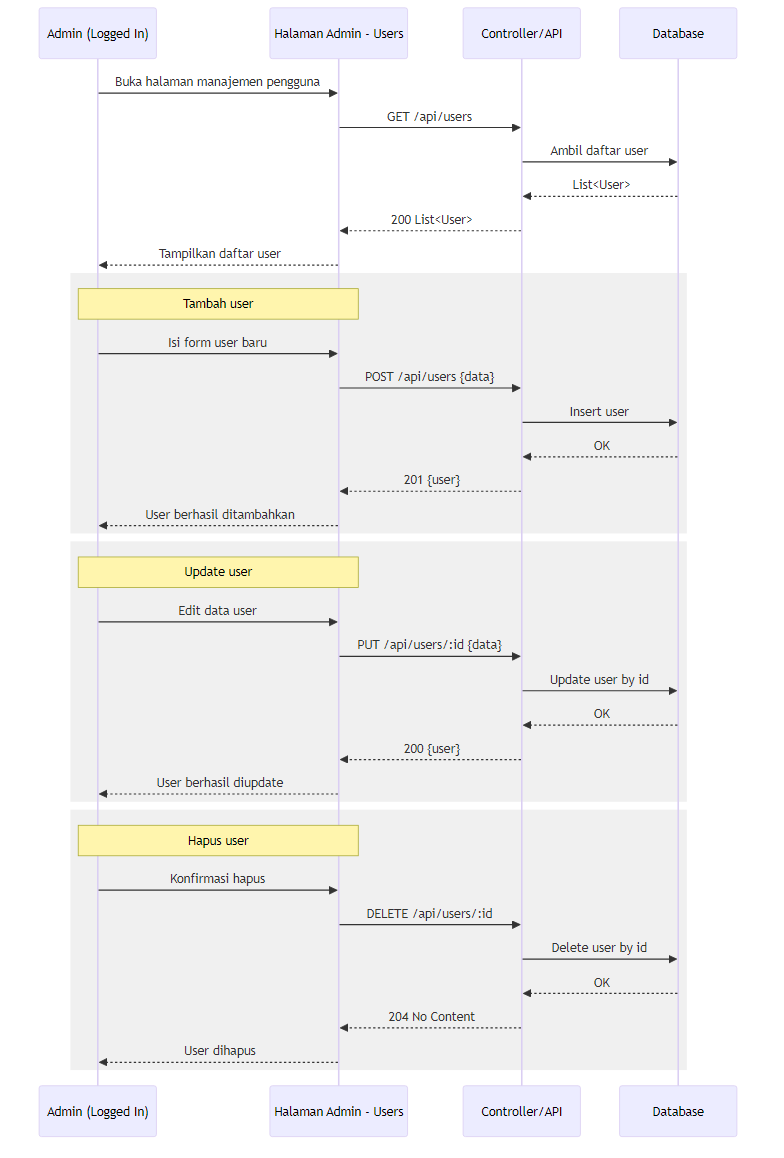
The Mermaid diagram public/diagrams/seq_manajemen_pengguna.png in QilAqil/PPTB_BQ, before a commit. Its source is kept beside it as diagrams/seq_manajemen_pengguna.mmd.
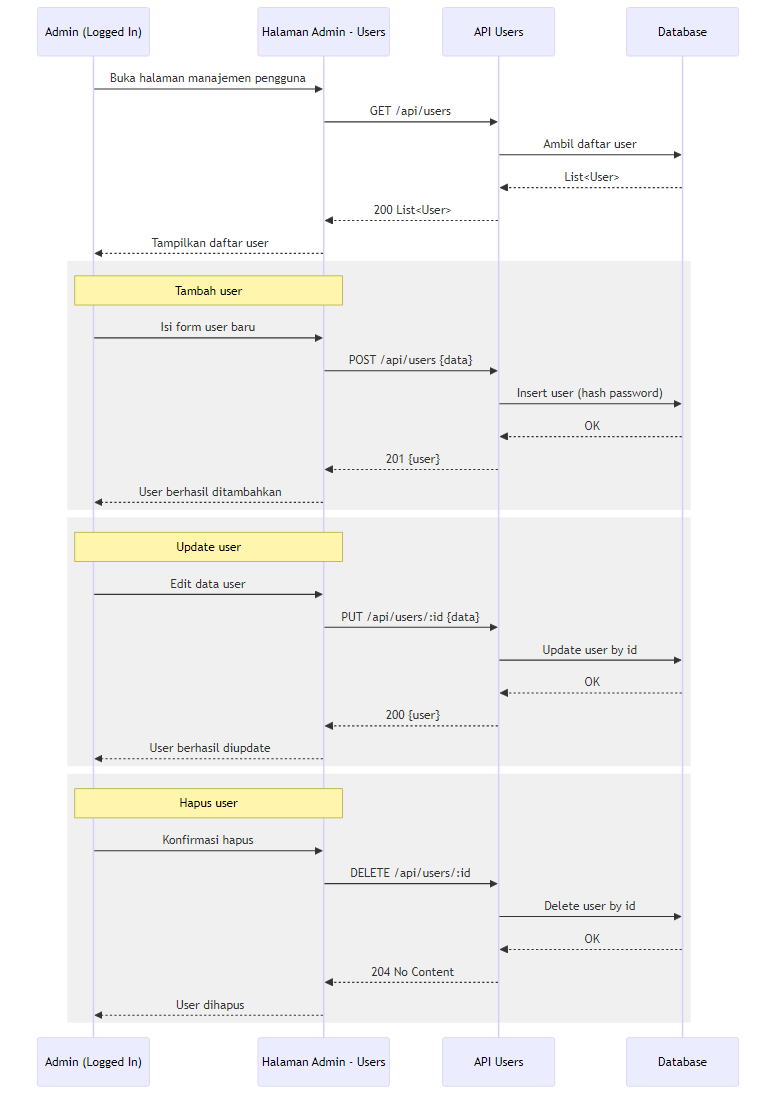
The same file after the commit.

The edit, as a diff of the source:
```diff
@@ -1,7 +1,7 @@
 sequenceDiagram
   participant A as Admin (Logged In)
   participant UI as Halaman Admin - Users
-  participant API as Controller/API
+  participant API as API Users
   participant DB as Database
 
   A->>UI: Buka halaman manajemen pengguna
@@ -15,7 +15,7 @@
     note over A,UI: Tambah user
     A->>UI: Isi form user baru
     UI->>API: POST /api/users {data}
-    API->>DB: Insert user
+    API->>DB: Insert user (hash password)
     DB-->>API: OK
     API-->>UI: 201 {user}
     UI-->>A: User berhasil ditambahkan
```
